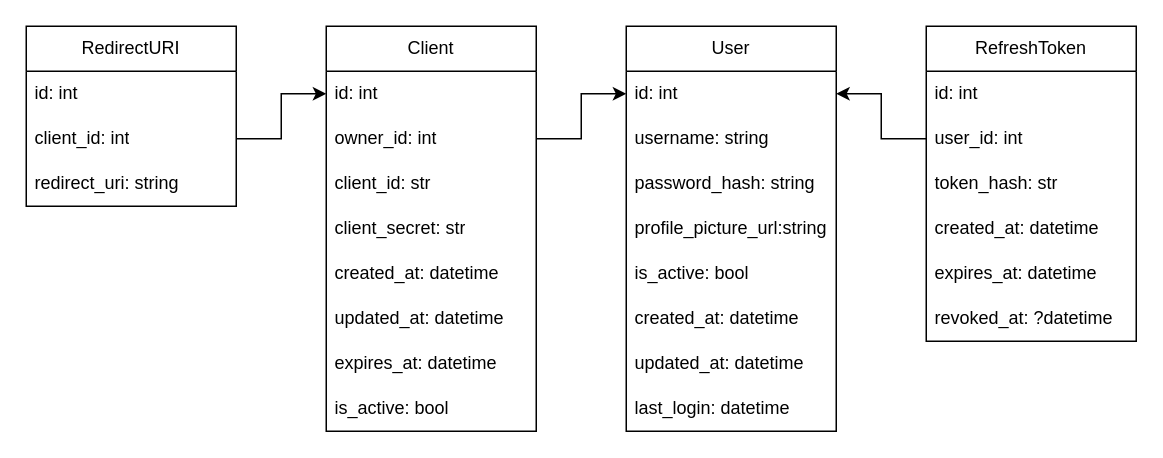
The draw.io diagram diagrams/database-structure.drawio in Zancmok/KCAccountSystem, before the edit. Source tidied: cells renumbered, new cells numbered last; positions are measured from the earlier drawing's top-left corner, leaving out a move shared by most shapes. Both pictures are drawn from the tidied source at 150%, with x=0, y=0 at pixel (26, 26).
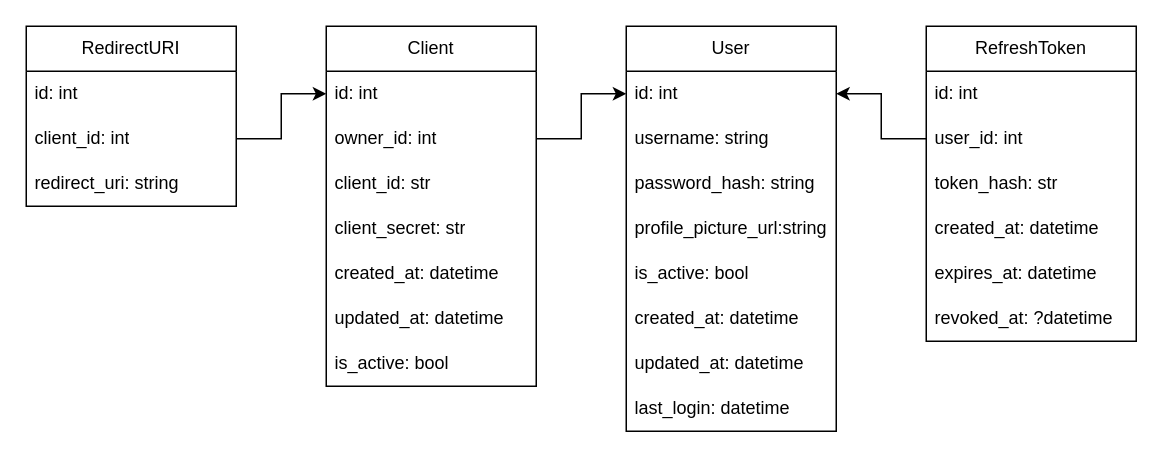
After the change.

Change to the diagram source:
```diff
@@
     <mxCell id="19" value="Client" style="swimlane;fontStyle=0;horizontal=1;startSize=30;whiteSpace=wrap;html=1;" parent="1" vertex="1">
-      <mxGeometry x="200" width="140" height="270" as="geometry" />
+      <mxGeometry x="200" width="140" height="240" as="geometry" />
     </mxCell>
@@
-    <mxCell id="26" value="expires_at: datetime" style="text;strokeColor=none;fillColor=none;align=left;verticalAlign=middle;spacingLeft=4;spacingRight=4;overflow=hidden;whiteSpace=wrap;html=1;" parent="19" vertex="1">
-      <mxGeometry y="210" width="140" height="30" as="geometry" />
-    </mxCell>
     <mxCell id="27" value="&lt;span style=&quot;color: rgba(0, 0, 0, 0); font-family: monospace; font-size: 0px; text-wrap-mode: nowrap;&quot;&gt;r%3CmxGraphModel%3E%3Croot%3E%3CmxCell%20id%3D%220%22%2F%3E%3CmxCell%20id%3D%221%22%20parent%3D%220%22%2F%3E%3CmxCell%20id%3D%222%22%20value%3D%22expires_at%3A%20datetime%22%20style%3D%22text%3BstrokeColor%3Dnone%3BfillColor%3Dnone%3Balign%3Dleft%3BverticalAlign%3Dmiddle%3BspacingLeft%3D4%3BspacingRight%3D4%3Boverflow%3Dhidden%3Bpoints%3D%5B%5B0%2C0.5%5D%2C%5B1%2C0.5%5D%5D%3BportConstraint%3Deastwest%3Brotatable%3D0%3BwhiteSpace%3Dwrap%3Bhtml%3D1%3B%22%20vertex%3D%221%22%20parent%3D%221%22%3E%3CmxGeometry%20x%3D%22500%22%20y%3D%22280%22%20width%3D%22140%22%20height%3D%2230%22%20as%3D%22geometry%22%2F%3E%3C%2FmxCell%3E%3C%2Froot%3E%3C%2FmxGraphModel%&lt;/span&gt;is_active: bool" style="text;strokeColor=none;fillColor=none;align=left;verticalAlign=middle;spacingLeft=4;spacingRight=4;overflow=hidden;whiteSpace=wrap;html=1;" parent="19" vertex="1">
-      <mxGeometry y="240" width="140" height="30" as="geometry" />
+      <mxGeometry y="210" width="140" height="30" as="geometry" />
     </mxCell>
```
